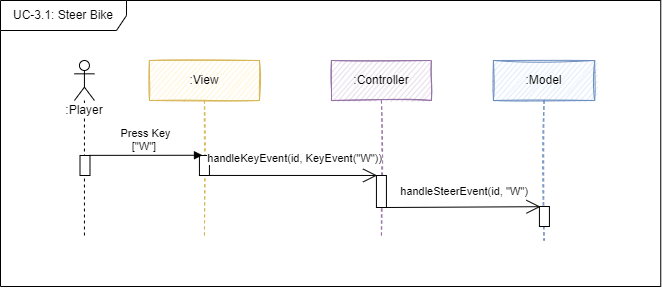
This is Dokumentation/App/diagrams/laufzeit/UC3.1_steerBike.png from sckoenig/Distributed-Tron, a draw.io export, as it was before one commit. Source tidied: cells renumbered, new cells last; positions are measured from the earlier drawing's top-left corner, leaving out a move shared by most shapes. Its diagram source:
```xml
<mxGraphModel>
  <root>
    <mxCell id="0" />
    <mxCell id="1" parent="0" />
    <mxCell id="2" value=":Controller" style="shape=umlLifeline;perimeter=lifelinePerimeter;whiteSpace=wrap;html=1;fillColor=#e1d5e7;strokeColor=#9673a6;sketch=1;" parent="1" vertex="1">
      <mxGeometry x="330.9" y="60" width="100" height="178" as="geometry" />
    </mxCell>
    <mxCell id="3" style="html=1;perimeter=orthogonalPerimeter;fontSize=12;sketch=0;" parent="2" vertex="1">
      <mxGeometry x="45" y="115" width="10" height="32" as="geometry" />
    </mxCell>
    <mxCell id="4" value=":Model" style="shape=umlLifeline;perimeter=lifelinePerimeter;whiteSpace=wrap;html=1;fillColor=#dae8fc;strokeColor=#6c8ebf;sketch=1;" parent="1" vertex="1">
      <mxGeometry x="492.9" y="60" width="101.3" height="180" as="geometry" />
    </mxCell>
    <mxCell id="5" value=":View" style="shape=umlLifeline;perimeter=lifelinePerimeter;whiteSpace=wrap;html=1;fillColor=#fff2cc;strokeColor=#d6b656;sketch=1;" parent="1" vertex="1">
      <mxGeometry x="148.9" y="60" width="110" height="178" as="geometry" />
    </mxCell>
    <mxCell id="6" style="html=1;points=[];perimeter=orthogonalPerimeter;fontSize=12;sketch=0;" parent="5" vertex="1">
      <mxGeometry x="50" y="95" width="10" height="20" as="geometry" />
    </mxCell>
    <mxCell id="7" value="&lt;span style=&quot;background-color: rgb(255, 255, 255);&quot;&gt;:Player&lt;/span&gt;" style="shape=umlLifeline;participant=umlActor;perimeter=lifelinePerimeter;whiteSpace=wrap;html=1;verticalAlign=top;spacingTop=36;sketch=0;" parent="1" vertex="1">
      <mxGeometry x="73.9" y="60" width="20" height="178" as="geometry" />
    </mxCell>
    <mxCell id="8" value="Press Key&lt;br&gt;[&quot;W&quot;]&amp;nbsp;" style="html=1;verticalAlign=bottom;endArrow=block;rounded=0;fontSize=11;sketch=0;exitX=1.1;exitY=0.201;exitDx=0;exitDy=0;exitPerimeter=0;entryX=0.303;entryY=-0.012;entryDx=0;entryDy=0;entryPerimeter=0;" parent="1" edge="1" target="6">
      <mxGeometry x="-0.01" relative="1" as="geometry">
        <mxPoint x="88.9" y="154.9" as="sourcePoint" />
      </mxGeometry>
    </mxCell>
    <mxCell id="9" value="handleSteerEvent(id, &quot;W&quot;)" style="text;html=1;strokeColor=none;fillColor=none;align=center;verticalAlign=middle;whiteSpace=wrap;rounded=0;fontSize=11;" parent="1" vertex="1">
      <mxGeometry x="399.5" y="176" width="130" height="30" as="geometry" />
    </mxCell>
    <mxCell id="10" value="handleKeyEvent(id, KeyEvent(&quot;W&quot;))" style="html=1;verticalAlign=bottom;endArrow=open;rounded=0;fontSize=11;sketch=0;entryX=0.067;entryY=-0.001;entryDx=0;entryDy=0;entryPerimeter=0;endFill=0;endSize=12;exitX=0.967;exitY=0.095;exitDx=0;exitDy=0;exitPerimeter=0;" parent="1" edge="1">
      <mxGeometry x="0.02" y="8" relative="1" as="geometry">
        <mxPoint x="208.6" y="175" as="sourcePoint" />
        <mxPoint x="376.6" y="175" as="targetPoint" />
      </mxGeometry>
    </mxCell>
    <mxCell id="11" style="html=1;perimeter=orthogonalPerimeter;fontSize=12;sketch=0;" parent="1" vertex="1">
      <mxGeometry x="79.5" y="155" width="10" height="20" as="geometry" />
    </mxCell>
    <mxCell id="12" style="html=1;points=[];perimeter=orthogonalPerimeter;fontSize=12;sketch=0;" parent="1" vertex="1">
      <mxGeometry x="538.9" y="206" width="10" height="20" as="geometry" />
    </mxCell>
    <mxCell id="13" style="endArrow=open;endFill=1;endSize=12;html=1;rounded=0;fontSize=11;sketch=0;entryX=0.107;entryY=0.01;entryDx=0;entryDy=0;entryPerimeter=0;" parent="1" edge="1" target="12">
      <mxGeometry relative="1" as="geometry">
        <mxPoint x="383.9" y="207" as="sourcePoint" />
      </mxGeometry>
    </mxCell>
    <mxCell id="14" value="UC-3.1: Steer Bike" style="shape=umlFrame;whiteSpace=wrap;html=1;sketch=0;fillColor=default;width=126;height=30;" parent="1" vertex="1">
      <mxGeometry width="660.2" height="286" as="geometry" />
    </mxCell>
  </root>
</mxGraphModel>
```
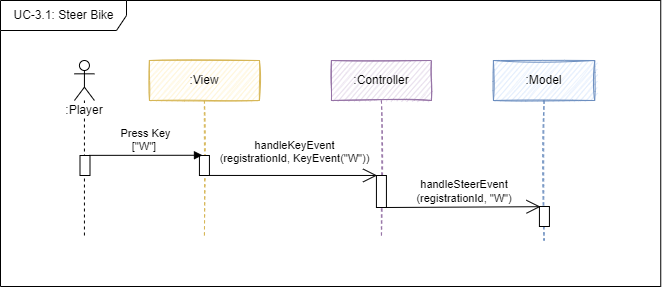
Later version of the same file.

Diff of the diagram source:
```diff
@@ -25,10 +25,10 @@
         <mxPoint x="88.9" y="154.9" as="sourcePoint" />
       </mxGeometry>
     </mxCell>
-    <mxCell id="9" value="handleSteerEvent(id, &quot;W&quot;)" style="text;html=1;strokeColor=none;fillColor=none;align=center;verticalAlign=middle;whiteSpace=wrap;rounded=0;fontSize=11;" parent="1" vertex="1">
+    <mxCell id="9" value="handleSteerEvent&lt;br&gt;(&lt;span style=&quot;background-color: rgb(255, 255, 255);&quot;&gt;registrationId&lt;/span&gt;, &quot;W&quot;)" style="text;html=1;strokeColor=none;fillColor=none;align=center;verticalAlign=middle;whiteSpace=wrap;rounded=0;fontSize=11;" parent="1" vertex="1">
       <mxGeometry x="399.5" y="176" width="130" height="30" as="geometry" />
     </mxCell>
-    <mxCell id="10" value="handleKeyEvent(id, KeyEvent(&quot;W&quot;))" style="html=1;verticalAlign=bottom;endArrow=open;rounded=0;fontSize=11;sketch=0;entryX=0.067;entryY=-0.001;entryDx=0;entryDy=0;entryPerimeter=0;endFill=0;endSize=12;exitX=0.967;exitY=0.095;exitDx=0;exitDy=0;exitPerimeter=0;" parent="1" edge="1">
+    <mxCell id="10" value="handleKeyEvent&lt;br&gt;(registrationId, KeyEvent(&quot;W&quot;))" style="html=1;verticalAlign=bottom;endArrow=open;rounded=0;fontSize=11;sketch=0;entryX=0.067;entryY=-0.001;entryDx=0;entryDy=0;entryPerimeter=0;endFill=0;endSize=12;exitX=0.967;exitY=0.095;exitDx=0;exitDy=0;exitPerimeter=0;" parent="1" edge="1">
       <mxGeometry x="0.02" y="8" relative="1" as="geometry">
         <mxPoint x="208.6" y="175" as="sourcePoint" />
         <mxPoint x="376.6" y="175" as="targetPoint" />
```
